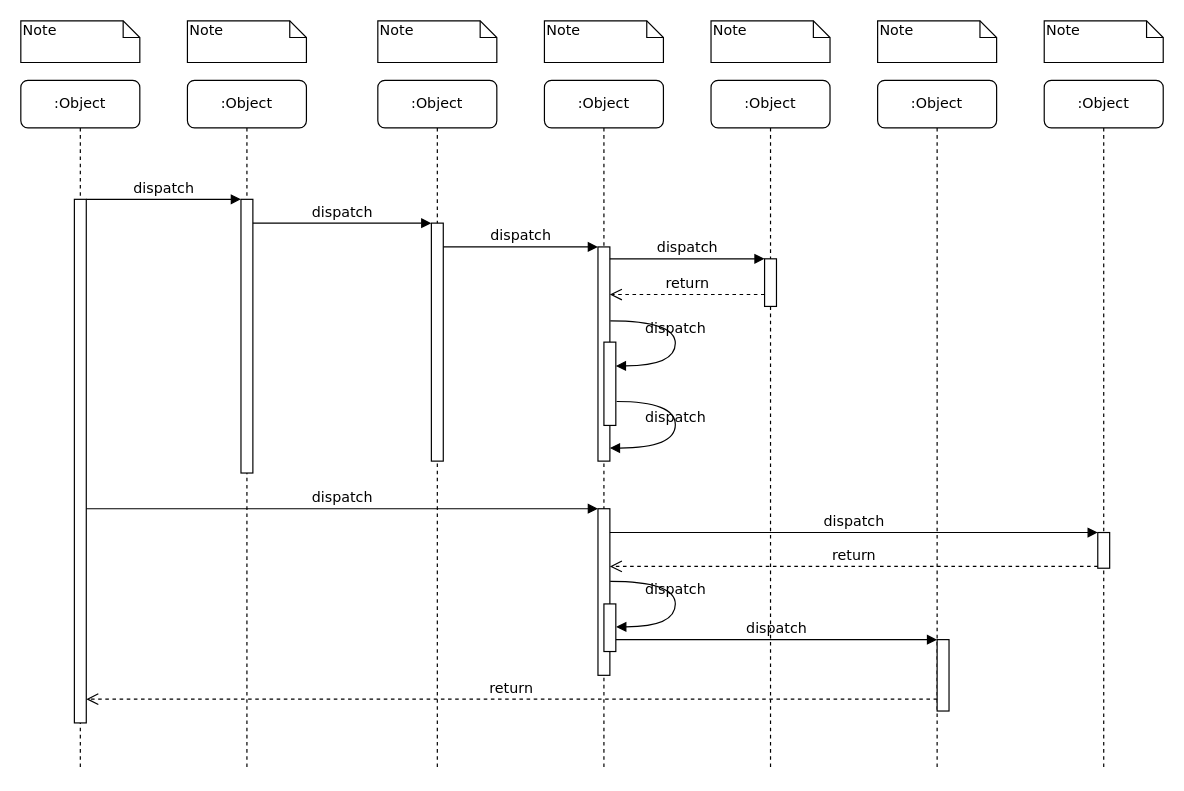
Earlier version of the draw.io diagram graphs/Untitled Diagram.drawio (hsupengbo/graphs). Source tidied: cells renumbered, new cells numbered last; positions are measured from the earlier drawing's top-left corner, leaving out a move shared by most shapes. Both pictures are drawn from the tidied source at 119%, with x=0, y=0 at pixel (20, 20).
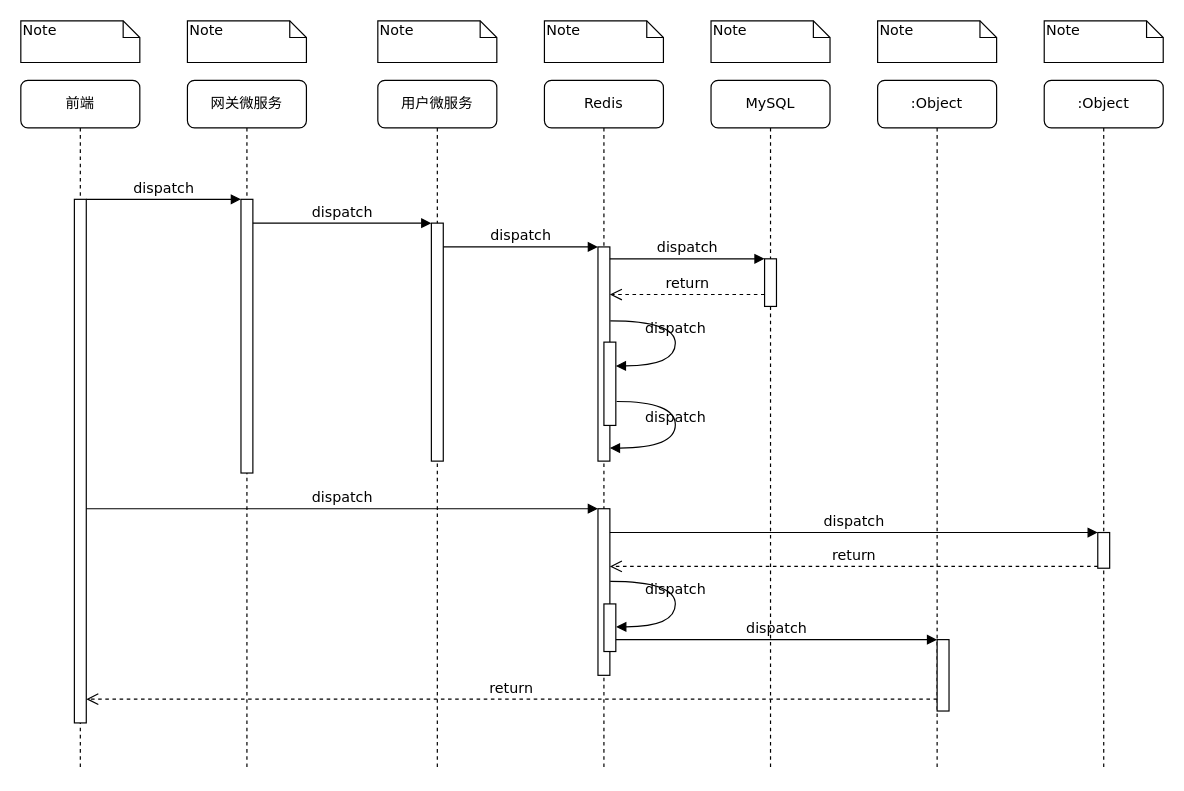
Above is the later version.

The edit, as a diff of the source:
```diff
@@
-    <mxCell id="2" value=":Object" style="shape=umlLifeline;perimeter=lifelinePerimeter;whiteSpace=wrap;html=1;rounded=1;shadow=0;comic=0;labelBackgroundColor=none;strokeWidth=1;fontFamily=Verdana;fontSize=12;align=center;" parent="1" vertex="1">
+    <mxCell id="2" value="网关微服务" style="shape=umlLifeline;perimeter=lifelinePerimeter;whiteSpace=wrap;html=1;rounded=1;shadow=0;comic=0;labelBackgroundColor=none;strokeWidth=1;fontFamily=Verdana;fontSize=12;align=center;" parent="1" vertex="1">
       <mxGeometry x="140" y="50" width="100" height="580" as="geometry" />
     </mxCell>
@@
-    <mxCell id="4" value=":Object" style="shape=umlLifeline;perimeter=lifelinePerimeter;whiteSpace=wrap;html=1;rounded=1;shadow=0;comic=0;labelBackgroundColor=none;strokeWidth=1;fontFamily=Verdana;fontSize=12;align=center;" parent="1" vertex="1">
+    <mxCell id="4" value="用户微服务" style="shape=umlLifeline;perimeter=lifelinePerimeter;whiteSpace=wrap;html=1;rounded=1;shadow=0;comic=0;labelBackgroundColor=none;strokeWidth=1;fontFamily=Verdana;fontSize=12;align=center;" parent="1" vertex="1">
       <mxGeometry x="300" y="50" width="100" height="580" as="geometry" />
     </mxCell>
@@
-    <mxCell id="6" value=":Object" style="shape=umlLifeline;perimeter=lifelinePerimeter;whiteSpace=wrap;html=1;rounded=1;shadow=0;comic=0;labelBackgroundColor=none;strokeWidth=1;fontFamily=Verdana;fontSize=12;align=center;" parent="1" vertex="1">
+    <mxCell id="6" value="Redis" style="shape=umlLifeline;perimeter=lifelinePerimeter;whiteSpace=wrap;html=1;rounded=1;shadow=0;comic=0;labelBackgroundColor=none;strokeWidth=1;fontFamily=Verdana;fontSize=12;align=center;" parent="1" vertex="1">
       <mxGeometry x="440" y="50" width="100" height="580" as="geometry" />
     </mxCell>
-    <mxCell id="7" value=":Object" style="shape=umlLifeline;perimeter=lifelinePerimeter;whiteSpace=wrap;html=1;rounded=1;shadow=0;comic=0;labelBackgroundColor=none;strokeWidth=1;fontFamily=Verdana;fontSize=12;align=center;" parent="1" vertex="1">
+    <mxCell id="7" value="MySQL" style="shape=umlLifeline;perimeter=lifelinePerimeter;whiteSpace=wrap;html=1;rounded=1;shadow=0;comic=0;labelBackgroundColor=none;strokeWidth=1;fontFamily=Verdana;fontSize=12;align=center;" parent="1" vertex="1">
       <mxGeometry x="580" y="50" width="100" height="580" as="geometry" />
     </mxCell>
@@
-    <mxCell id="10" value=":Object" style="shape=umlLifeline;perimeter=lifelinePerimeter;whiteSpace=wrap;html=1;rounded=1;shadow=0;comic=0;labelBackgroundColor=none;strokeWidth=1;fontFamily=Verdana;fontSize=12;align=center;" parent="1" vertex="1">
+    <mxCell id="10" value="前端" style="shape=umlLifeline;perimeter=lifelinePerimeter;whiteSpace=wrap;html=1;rounded=1;shadow=0;comic=0;labelBackgroundColor=none;strokeWidth=1;fontFamily=Verdana;fontSize=12;align=center;" parent="1" vertex="1">
       <mxGeometry y="50" width="100" height="580" as="geometry" />
     </mxCell>
```
